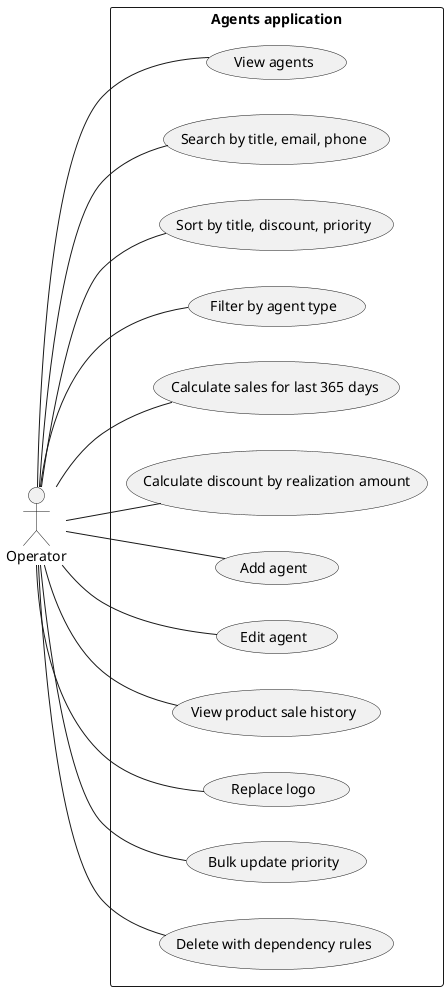
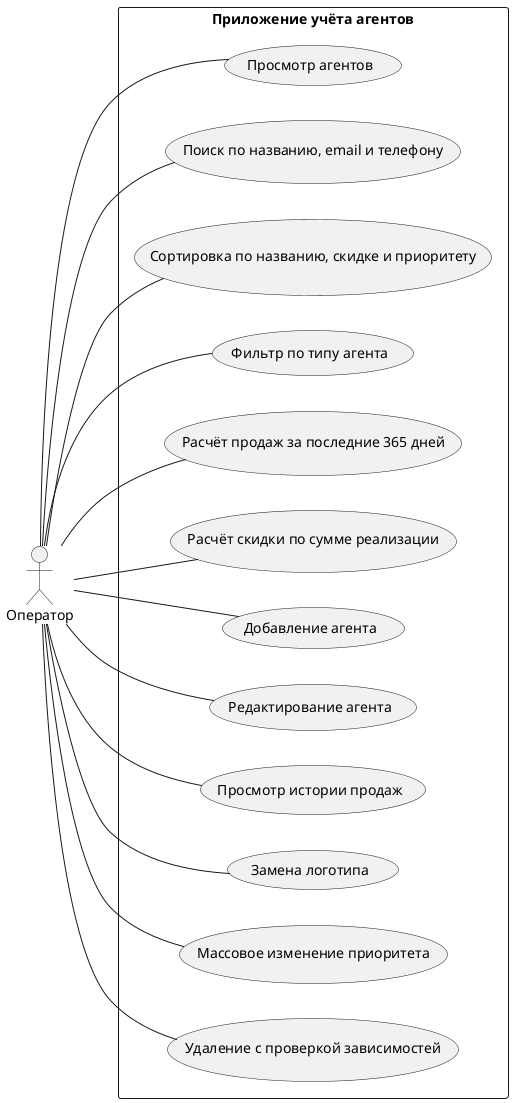
﻿@startuml
left to right direction
- actor Operator
- rectangle "Agents application" {
-   Operator -- (View agents)
-   Operator -- (Search by title, email, phone)
-   Operator -- (Sort by title, discount, priority)
-   Operator -- (Filter by agent type)
-   Operator -- (Calculate sales for last 365 days)
-   Operator -- (Calculate discount by realization amount)
-   Operator -- (Add agent)
-   Operator -- (Edit agent)
-   Operator -- (View product sale history)
-   Operator -- (Replace logo)
-   Operator -- (Bulk update priority)
-   Operator -- (Delete with dependency rules)
+ actor "Оператор" as Operator
+ rectangle "Приложение учёта агентов" {
+   Operator -- (Просмотр агентов)
+   Operator -- (Поиск по названию, email и телефону)
+   Operator -- (Сортировка по названию, скидке и приоритету)
+   Operator -- (Фильтр по типу агента)
+   Operator -- (Расчёт продаж за последние 365 дней)
+   Operator -- (Расчёт скидки по сумме реализации)
+   Operator -- (Добавление агента)
+   Operator -- (Редактирование агента)
+   Operator -- (Просмотр истории продаж)
+   Operator -- (Замена логотипа)
+   Operator -- (Массовое изменение приоритета)
+   Operator -- (Удаление с проверкой зависимостей)
}
@enduml
